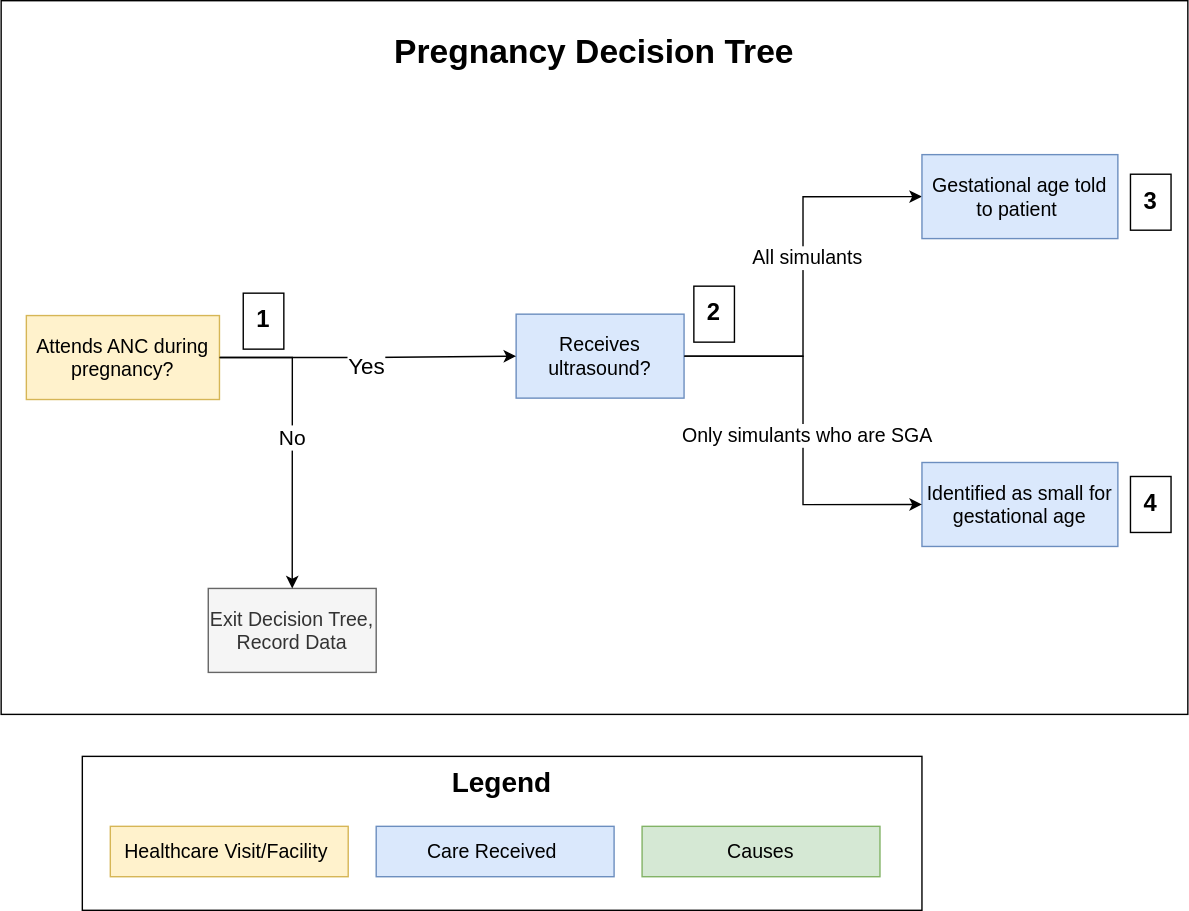
ihmeuw/vivarium_research keeps this draw.io diagram as docs/source/models/concept_models/vivarium_mncnh_portfolio/pregnancy_decision_tree_vr.svg. Above is the earlier version. Source tidied: cells renumbered, new cells last; positions are measured from the earlier drawing's top-left corner, leaving out a move shared by most shapes.
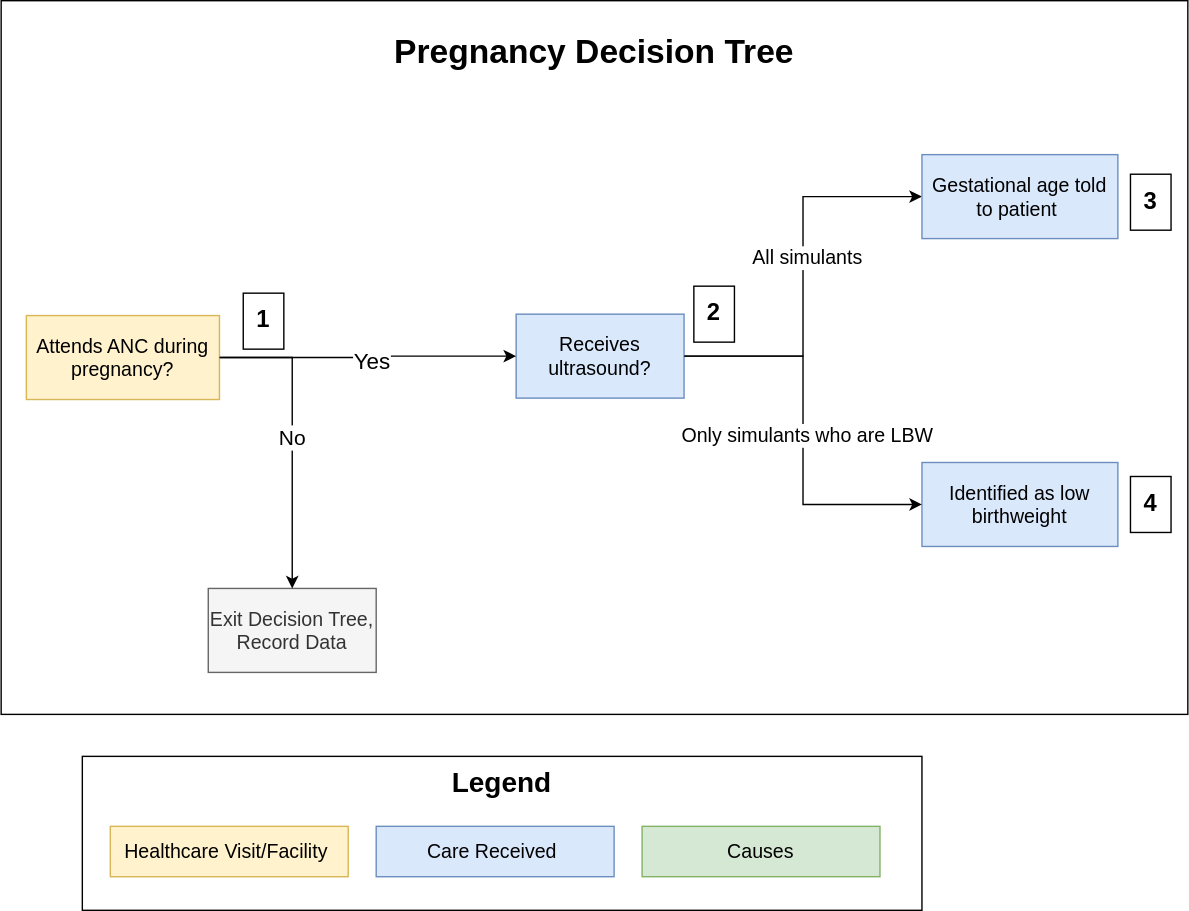
After the commit.

Commit message:
Updates to pregnancy model, LBW, data stand-in values

The edit, as a diff of the source:
```diff
@@ -28,7 +28,7 @@
     <mxCell id="9" value="&lt;font style=&quot;font-size: 14px;&quot;&gt;Gestational age told to patient&amp;nbsp;&lt;/font&gt;" style="whiteSpace=wrap;html=1;hachureGap=4;fontFamily=Helvetica;fillColor=#dae8fc;strokeColor=#6c8ebf;" parent="1" vertex="1">
       <mxGeometry x="658" y="110" width="140" height="60" as="geometry" />
     </mxCell>
-    <mxCell id="10" value="&lt;font style=&quot;font-size: 14px;&quot;&gt;Identified as small for gestational age&lt;/font&gt;" style="whiteSpace=wrap;html=1;hachureGap=4;fontFamily=Helvetica;fillColor=#dae8fc;strokeColor=#6c8ebf;" parent="1" vertex="1">
+    <mxCell id="10" value="&lt;font style=&quot;font-size: 14px;&quot;&gt;Identified as low birthweight&lt;/font&gt;" style="whiteSpace=wrap;html=1;hachureGap=4;fontFamily=Helvetica;fillColor=#dae8fc;strokeColor=#6c8ebf;" parent="1" vertex="1">
       <mxGeometry x="658" y="330" width="140" height="60" as="geometry" />
     </mxCell>
     <mxCell id="11" value="&lt;font style=&quot;font-size: 14px;&quot;&gt;Exit Decision Tree, Record Data&lt;/font&gt;" style="whiteSpace=wrap;html=1;hachureGap=4;fontFamily=Helvetica;fillColor=#f5f5f5;strokeColor=#666666;fontColor=#333333;" parent="1" vertex="1">
@@ -46,7 +46,7 @@
     <mxCell id="15" style="edgeStyle=orthogonalEdgeStyle;rounded=0;jettySize=auto;html=1;entryX=0;entryY=0.5;entryDx=0;entryDy=0;exitX=1;exitY=0.5;exitDx=0;exitDy=0;" parent="1" edge="1" source="5" target="10">
       <mxGeometry relative="1" as="geometry" />
     </mxCell>
-    <mxCell id="16" value="&lt;font style=&quot;font-size: 14px;&quot;&gt;Only simulants who are SGA&lt;/font&gt;" style="edgeLabel;html=1;align=center;verticalAlign=middle;" parent="15" vertex="1">
+    <mxCell id="16" value="&lt;font style=&quot;font-size: 14px;&quot;&gt;Only simulants who are LBW&lt;/font&gt;" style="edgeLabel;html=1;align=center;verticalAlign=middle;" parent="15" vertex="1">
       <mxGeometry x="0.03" y="2" relative="1" as="geometry" />
     </mxCell>
     <mxCell id="17" value="&lt;span style=&quot;font-size: 17px;&quot;&gt;&lt;b&gt;2&lt;/b&gt;&lt;/span&gt;" style="whiteSpace=wrap;html=1;hachureGap=4;fontFamily=Helvetica;" parent="1" vertex="1">
```
